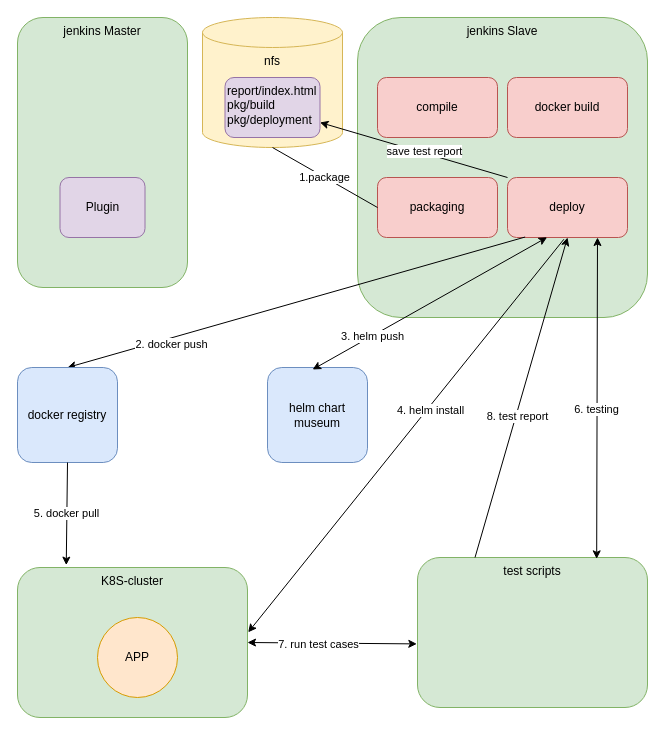
Before: page "CD-Procedure" (4 of 5) of jenkins/resource/jenkins.drawio in jameszhangcn/infrastructure, a draw.io diagram. Source tidied: cells renumbered, new cells numbered last; positions are measured from the earlier drawing's top-left corner, leaving out a move shared by most shapes. Both pictures are drawn from the tidied source at 100%, with x=0, y=0 at pixel (17, 17).
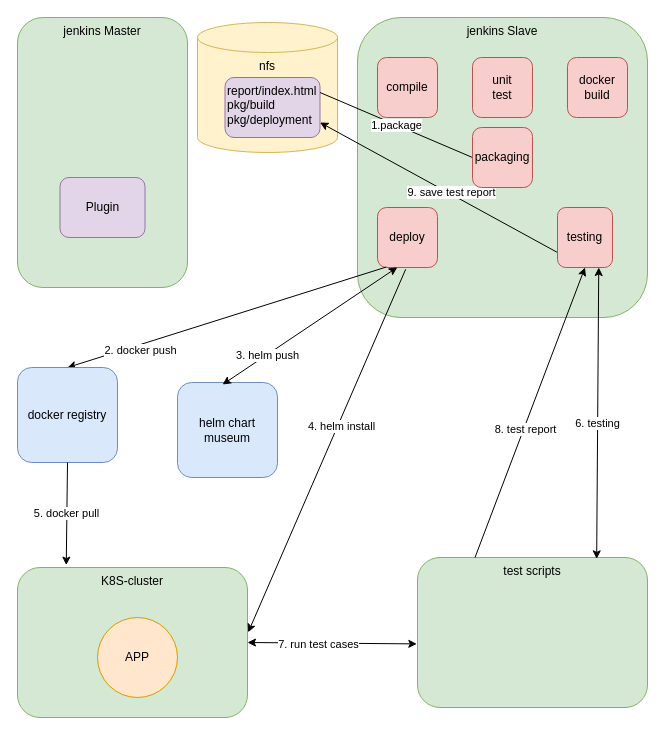
The same page after the edit.

The change refers to these unchanged cells:
```xml
<mxCell id="11" value="report/index.html&lt;br&gt;pkg/build&lt;br&gt;pkg/deployment" style="rounded=1;whiteSpace=wrap;html=1;fillColor=#e1d5e7;strokeColor=#9673a6;align=left;verticalAlign=top;" parent="1" vertex="1">
  <mxGeometry x="207.5" y="60" width="95" height="60" as="geometry" />
</mxCell>
<mxCell id="21" value="test scripts" style="rounded=1;whiteSpace=wrap;html=1;fillColor=#d5e8d4;strokeColor=#82b366;verticalAlign=top;" parent="1" vertex="1">
  <mxGeometry x="400" y="540" width="230" height="150" as="geometry" />
</mxCell>
```

What changed in the source:
```diff
@@
     <mxCell id="4" value="nfs" style="shape=cylinder3;whiteSpace=wrap;html=1;boundedLbl=1;backgroundOutline=1;size=15;fillColor=#fff2cc;strokeColor=#d6b656;verticalAlign=top;" parent="1" vertex="1">
-      <mxGeometry x="185" width="140" height="130" as="geometry" />
+      <mxGeometry x="180" y="5" width="140" height="130" as="geometry" />
     </mxCell>
@@
     <mxCell id="6" value="helm chart museum" style="rounded=1;whiteSpace=wrap;html=1;fillColor=#dae8fc;strokeColor=#6c8ebf;verticalAlign=middle;" parent="1" vertex="1">
-      <mxGeometry x="250" y="350" width="100" height="95" as="geometry" />
+      <mxGeometry x="160" y="365" width="100" height="95" as="geometry" />
     </mxCell>
     <mxCell id="7" value="compile" style="rounded=1;whiteSpace=wrap;html=1;fillColor=#f8cecc;strokeColor=#b85450;" parent="1" vertex="1">
-      <mxGeometry x="360" y="60" width="120" height="60" as="geometry" />
+      <mxGeometry x="360" y="40" width="60" height="60" as="geometry" />
     </mxCell>
     <mxCell id="8" value="docker build" style="rounded=1;whiteSpace=wrap;html=1;fillColor=#f8cecc;strokeColor=#b85450;" parent="1" vertex="1">
-      <mxGeometry x="490" y="60" width="120" height="60" as="geometry" />
+      <mxGeometry x="550" y="40" width="60" height="60" as="geometry" />
     </mxCell>
-    <mxCell id="9" value="packaging" style="rounded=1;whiteSpace=wrap;html=1;fillColor=#f8cecc;strokeColor=#b85450;" parent="1" vertex="1">
-      <mxGeometry x="360" y="160" width="120" height="60" as="geometry" />
-    </mxCell>
     <mxCell id="10" value="deploy" style="rounded=1;whiteSpace=wrap;html=1;fillColor=#f8cecc;strokeColor=#b85450;" parent="1" vertex="1">
-      <mxGeometry x="490" y="160" width="120" height="60" as="geometry" />
+      <mxGeometry x="360" y="190" width="60" height="60" as="geometry" />
     </mxCell>
@@
-    <mxCell id="12" value="1.package" style="endArrow=none;html=1;exitX=0.5;exitY=1;exitDx=0;exitDy=0;exitPerimeter=0;entryX=0;entryY=0.5;entryDx=0;entryDy=0;" parent="1" edge="1" source="4" target="9">
+    <mxCell id="12" value="1.package" style="endArrow=none;html=1;exitX=1;exitY=0.25;exitDx=0;exitDy=0;entryX=0;entryY=0.5;entryDx=0;entryDy=0;" parent="1" edge="1" source="11" target="9">
       <mxGeometry relative="1" as="geometry" />
     </mxCell>
@@
-    <mxCell id="22" style="endArrow=classic;html=1;exitX=0.75;exitY=1;exitDx=0;exitDy=0;entryX=0.779;entryY=0.009;entryDx=0;entryDy=0;startArrow=classic;startFill=1;entryPerimeter=0;" parent="1" edge="1" source="10" target="21">
+    <mxCell id="22" style="endArrow=classic;html=1;exitX=0.75;exitY=1;exitDx=0;exitDy=0;entryX=0.779;entryY=0.009;entryDx=0;entryDy=0;startArrow=classic;startFill=1;entryPerimeter=0;" parent="1" edge="1" source="30" target="21">
       <mxGeometry relative="1" as="geometry" />
     </mxCell>
@@
-    <mxCell id="26" style="endArrow=classic;html=1;exitX=0.25;exitY=0;exitDx=0;exitDy=0;entryX=0.5;entryY=1;entryDx=0;entryDy=0;" parent="1" edge="1" source="21" target="10">
+    <mxCell id="26" style="endArrow=classic;html=1;exitX=0.25;exitY=0;exitDx=0;exitDy=0;entryX=0.5;entryY=1;entryDx=0;entryDy=0;" parent="1" edge="1" source="21" target="30">
       <mxGeometry relative="1" as="geometry" />
     </mxCell>
@@
-    <mxCell id="28" style="endArrow=classic;html=1;entryX=1;entryY=0.75;entryDx=0;entryDy=0;exitX=0;exitY=0;exitDx=0;exitDy=0;" parent="1" edge="1" source="10" target="11">
+    <mxCell id="28" style="endArrow=classic;html=1;entryX=1;entryY=0.75;entryDx=0;entryDy=0;exitX=0;exitY=0.75;exitDx=0;exitDy=0;" parent="1" edge="1" source="30" target="11">
       <mxGeometry relative="1" as="geometry" />
     </mxCell>
-    <mxCell id="29" value="save test report" style="edgeLabel;html=1;align=center;verticalAlign=middle;" parent="28" vertex="1">
+    <mxCell id="29" value="9. save test report" style="edgeLabel;html=1;align=center;verticalAlign=middle;" parent="28" vertex="1">
       <mxGeometry x="-0.1" y="-2" relative="1" as="geometry" />
     </mxCell>
+    <mxCell id="30" value="testing" style="rounded=1;whiteSpace=wrap;html=1;fillColor=#f8cecc;strokeColor=#b85450;" parent="1" vertex="1">
+      <mxGeometry x="540" y="190" width="55" height="60" as="geometry" />
+    </mxCell>
+    <mxCell id="9" value="packaging" style="rounded=1;whiteSpace=wrap;html=1;fillColor=#f8cecc;strokeColor=#b85450;" parent="1" vertex="1">
+      <mxGeometry x="455" y="110" width="60" height="60" as="geometry" />
+    </mxCell>
+    <mxCell id="31" value="unit&lt;br&gt;test" style="rounded=1;whiteSpace=wrap;html=1;fillColor=#f8cecc;strokeColor=#b85450;" parent="1" vertex="1">
+      <mxGeometry x="455" y="40" width="60" height="60" as="geometry" />
+    </mxCell>
```
